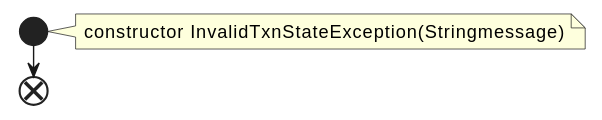
Earlier version of the PlantUML export docs/qc/clients/src/main/java/org/apache/kafka/common/errors/InvalidTxnStateException.java.fct.svg (qualitesys/kafka).
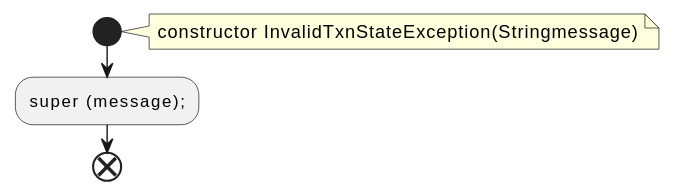
After the change.

The edit, as a diff of the source:
```diff
@@ -4,5 +4,6 @@
 note right
 constructor InvalidTxnStateException(Stringmessage)
 end note
+:super (message);;
 end
 @enduml
```
